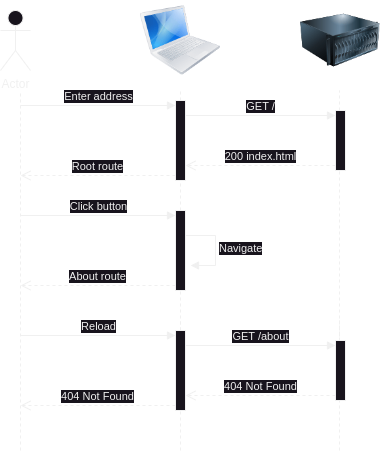
Earlier version of the draw.io export docs/spa-404.drawio.png (rpede/tutorial-vm-spa). Source tidied: cells renumbered, new cells last; positions are measured from the earlier drawing's top-left corner, leaving out a move shared by most shapes. Its diagram source:
```xml
<mxGraphModel background="#1A1A1A">
  <root>
    <mxCell id="0" />
    <mxCell id="1" parent="0" />
    <mxCell id="2" style="endArrow=none;dashed=1;html=1;rounded=0;" parent="1" edge="1">
      <mxGeometry relative="1" as="geometry">
        <mxPoint x="20" y="450" as="sourcePoint" />
        <mxPoint x="20" y="90" as="targetPoint" />
      </mxGeometry>
    </mxCell>
    <mxCell id="3" style="endArrow=none;dashed=1;html=1;rounded=0;" parent="1" edge="1" source="11">
      <mxGeometry relative="1" as="geometry">
        <mxPoint x="180" y="90" as="targetPoint" />
      </mxGeometry>
    </mxCell>
    <mxCell id="4" value="Actor" style="shape=umlActor;verticalLabelPosition=bottom;verticalAlign=top;html=1;" parent="1" vertex="1">
      <mxGeometry y="10" width="30" height="60" as="geometry" />
    </mxCell>
    <mxCell id="5" style="image;html=1;image=img/lib/clip_art/computers/Server_128x128.png;" parent="1" vertex="1">
      <mxGeometry x="300" width="80" height="80" as="geometry" />
    </mxCell>
    <mxCell id="6" style="endArrow=none;dashed=1;html=1;rounded=0;" parent="1" edge="1" source="15">
      <mxGeometry relative="1" as="geometry">
        <mxPoint x="339" y="90" as="targetPoint" />
      </mxGeometry>
    </mxCell>
    <mxCell id="7" style="image;html=1;image=img/lib/clip_art/computers/MacBook_128x128.png;" parent="1" vertex="1">
      <mxGeometry x="140" width="80" height="80" as="geometry" />
    </mxCell>
    <mxCell id="8" value="Enter address" style="html=1;verticalAlign=bottom;endArrow=block;curved=0;rounded=0;entryX=0;entryY=0;entryDx=0;entryDy=5;" parent="1" edge="1" target="11">
      <mxGeometry relative="1" as="geometry">
        <mxPoint x="20" y="105" as="sourcePoint" />
      </mxGeometry>
    </mxCell>
    <mxCell id="9" value="Root route" style="html=1;verticalAlign=bottom;endArrow=open;dashed=1;endSize=8;curved=0;rounded=0;exitX=0;exitY=1;exitDx=0;exitDy=-5;" parent="1" edge="1" source="11">
      <mxGeometry relative="1" as="geometry">
        <mxPoint x="20" y="175" as="targetPoint" />
      </mxGeometry>
    </mxCell>
    <mxCell id="10" style="endArrow=none;dashed=1;html=1;rounded=0;" parent="1" edge="1" target="11">
      <mxGeometry relative="1" as="geometry">
        <mxPoint x="180" y="450" as="sourcePoint" />
      </mxGeometry>
    </mxCell>
    <mxCell id="11" style="html=1;points=[[0,0,0,0,5],[0,1,0,0,-5],[1,0,0,0,5],[1,1,0,0,-5]];perimeter=orthogonalPerimeter;outlineConnect=0;targetShapes=umlLifeline;portConstraint=eastwest;newEdgeStyle={&quot;curved&quot;:0,&quot;rounded&quot;:0};" parent="1" vertex="1">
      <mxGeometry x="175" y="100" width="10" height="80" as="geometry" />
    </mxCell>
    <mxCell id="12" value="GET /" style="html=1;verticalAlign=bottom;endArrow=block;curved=0;rounded=0;entryX=0;entryY=0;entryDx=0;entryDy=5;" parent="1" edge="1" source="11" target="15">
      <mxGeometry relative="1" as="geometry" />
    </mxCell>
    <mxCell id="13" value="200 index.html" style="html=1;verticalAlign=bottom;endArrow=open;dashed=1;endSize=8;curved=0;rounded=0;exitX=0;exitY=1;exitDx=0;exitDy=-5;" parent="1" edge="1" source="15" target="11">
      <mxGeometry relative="1" as="geometry" />
    </mxCell>
    <mxCell id="14" style="endArrow=none;dashed=1;html=1;rounded=0;" parent="1" edge="1" target="15">
      <mxGeometry relative="1" as="geometry">
        <mxPoint x="339" y="450" as="sourcePoint" />
      </mxGeometry>
    </mxCell>
    <mxCell id="15" style="html=1;points=[[0,0,0,0,5],[0,1,0,0,-5],[1,0,0,0,5],[1,1,0,0,-5]];perimeter=orthogonalPerimeter;outlineConnect=0;targetShapes=umlLifeline;portConstraint=eastwest;newEdgeStyle={&quot;curved&quot;:0,&quot;rounded&quot;:0};" parent="1" vertex="1">
      <mxGeometry x="335" y="110" width="10" height="60" as="geometry" />
    </mxCell>
    <mxCell id="16" style="html=1;points=[[0,0,0,0,5],[0,1,0,0,-5],[1,0,0,0,5],[1,1,0,0,-5]];perimeter=orthogonalPerimeter;outlineConnect=0;targetShapes=umlLifeline;portConstraint=eastwest;newEdgeStyle={&quot;curved&quot;:0,&quot;rounded&quot;:0};" parent="1" vertex="1">
      <mxGeometry x="175" y="210" width="10" height="80" as="geometry" />
    </mxCell>
    <mxCell id="17" value="Click button" style="html=1;verticalAlign=bottom;endArrow=block;curved=0;rounded=0;entryX=0;entryY=0;entryDx=0;entryDy=5;" parent="1" edge="1" target="16">
      <mxGeometry relative="1" as="geometry">
        <mxPoint x="20" y="215" as="sourcePoint" />
      </mxGeometry>
    </mxCell>
    <mxCell id="18" value="About route" style="html=1;verticalAlign=bottom;endArrow=open;dashed=1;endSize=8;curved=0;rounded=0;exitX=0;exitY=1;exitDx=0;exitDy=-5;" parent="1" edge="1" source="16">
      <mxGeometry relative="1" as="geometry">
        <mxPoint x="20" y="285" as="targetPoint" />
      </mxGeometry>
    </mxCell>
    <mxCell id="19" value="Navigate" style="html=1;align=left;spacingLeft=2;endArrow=block;rounded=0;edgeStyle=orthogonalEdgeStyle;curved=0;rounded=0;" parent="1" edge="1">
      <mxGeometry relative="1" as="geometry">
        <mxPoint x="185" y="235" as="sourcePoint" />
        <mxPoint x="190" y="265" as="targetPoint" />
        <Array as="points">
          <mxPoint x="215" y="265" />
        </Array>
      </mxGeometry>
    </mxCell>
    <mxCell id="20" style="endArrow=none;dashed=1;html=1;rounded=0;" parent="1" edge="1" source="24">
      <mxGeometry relative="1" as="geometry">
        <mxPoint x="180" y="320" as="targetPoint" />
      </mxGeometry>
    </mxCell>
    <mxCell id="21" style="endArrow=none;dashed=1;html=1;rounded=0;" parent="1" edge="1" source="27">
      <mxGeometry relative="1" as="geometry">
        <mxPoint x="339" y="320" as="targetPoint" />
      </mxGeometry>
    </mxCell>
    <mxCell id="22" value="Reload" style="html=1;verticalAlign=bottom;endArrow=block;curved=0;rounded=0;entryX=0;entryY=0;entryDx=0;entryDy=5;" parent="1" edge="1" target="24">
      <mxGeometry relative="1" as="geometry">
        <mxPoint x="20" y="335" as="sourcePoint" />
      </mxGeometry>
    </mxCell>
    <mxCell id="23" value="404 Not Found" style="html=1;verticalAlign=bottom;endArrow=open;dashed=1;endSize=8;curved=0;rounded=0;exitX=0;exitY=1;exitDx=0;exitDy=-5;" parent="1" edge="1" source="24">
      <mxGeometry relative="1" as="geometry">
        <mxPoint x="20" y="405" as="targetPoint" />
      </mxGeometry>
    </mxCell>
    <mxCell id="24" style="html=1;points=[[0,0,0,0,5],[0,1,0,0,-5],[1,0,0,0,5],[1,1,0,0,-5]];perimeter=orthogonalPerimeter;outlineConnect=0;targetShapes=umlLifeline;portConstraint=eastwest;newEdgeStyle={&quot;curved&quot;:0,&quot;rounded&quot;:0};" parent="1" vertex="1">
      <mxGeometry x="175" y="330" width="10" height="80" as="geometry" />
    </mxCell>
    <mxCell id="25" value="GET /about" style="html=1;verticalAlign=bottom;endArrow=block;curved=0;rounded=0;entryX=0;entryY=0;entryDx=0;entryDy=5;" parent="1" edge="1" source="24" target="27">
      <mxGeometry relative="1" as="geometry" />
    </mxCell>
    <mxCell id="26" value="404 Not Found" style="html=1;verticalAlign=bottom;endArrow=open;dashed=1;endSize=8;curved=0;rounded=0;exitX=0;exitY=1;exitDx=0;exitDy=-5;" parent="1" edge="1" source="27" target="24">
      <mxGeometry relative="1" as="geometry" />
    </mxCell>
    <mxCell id="27" style="html=1;points=[[0,0,0,0,5],[0,1,0,0,-5],[1,0,0,0,5],[1,1,0,0,-5]];perimeter=orthogonalPerimeter;outlineConnect=0;targetShapes=umlLifeline;portConstraint=eastwest;newEdgeStyle={&quot;curved&quot;:0,&quot;rounded&quot;:0};" parent="1" vertex="1">
      <mxGeometry x="335" y="340" width="10" height="60" as="geometry" />
    </mxCell>
  </root>
</mxGraphModel>
```
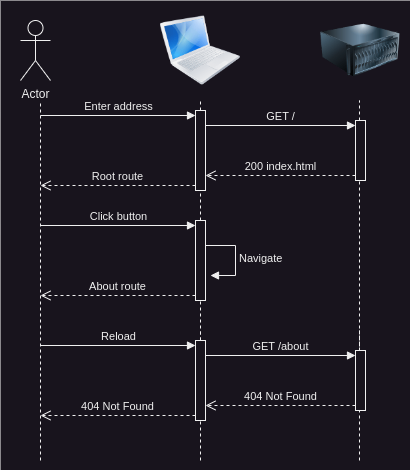
The same diagram one commit later.

What changed in the source:
```diff
@@ -2,6 +2,9 @@
   <root>
     <mxCell id="0" />
     <mxCell id="1" parent="0" />
+    <mxCell id="28" style="rounded=0;whiteSpace=wrap;html=1;strokeColor=none;" parent="1" vertex="1">
+      <mxGeometry x="-20" y="-10" width="410" height="470" as="geometry" />
+    </mxCell>
     <mxCell id="2" style="endArrow=none;dashed=1;html=1;rounded=0;" parent="1" edge="1">
       <mxGeometry relative="1" as="geometry">
         <mxPoint x="20" y="450" as="sourcePoint" />
```
